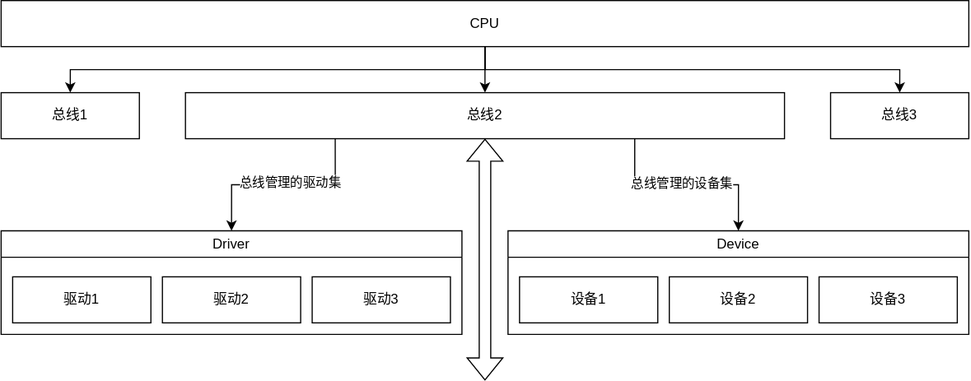
Before: Linux内核原理及其开发/Resources/V4L2设备模型概览.drawio.svg, a diagram exported from draw.io (h13-0/Notebooks). Source tidied: cells renumbered, new cells last; positions are measured from the earlier drawing's top-left corner, leaving out a move shared by most shapes.
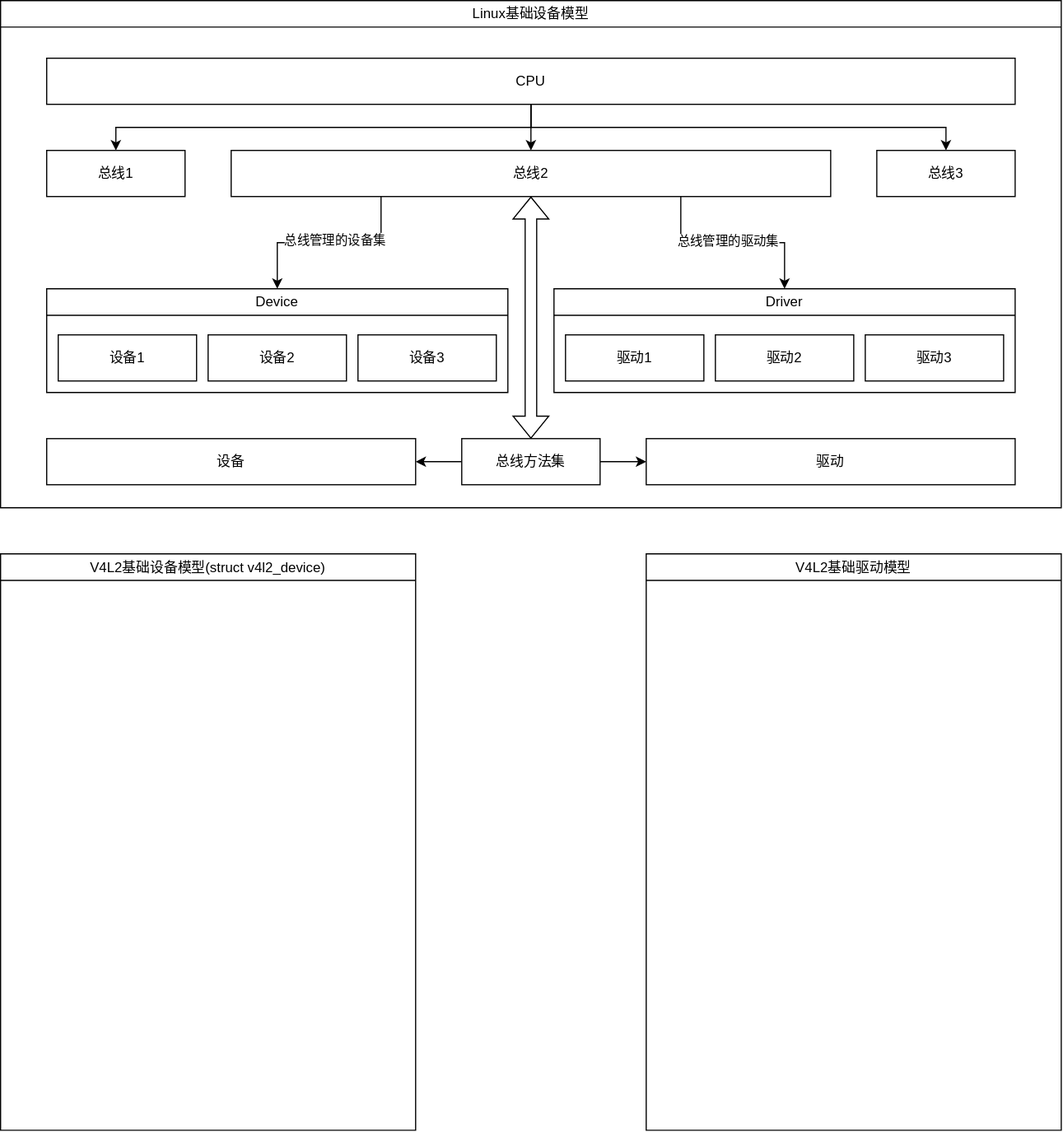
After the change.

Commit message:
vault backup: 2025-05-11 18:10:08

Change to the diagram source:
```diff
@@ -2,45 +2,83 @@
   <root>
     <mxCell id="0" />
     <mxCell id="1" parent="0" />
+    <mxCell id="22" value="&lt;span style=&quot;font-weight: normal;&quot;&gt;V4L2基础设备模型(&lt;/span&gt;&lt;span style=&quot;font-weight: 400;&quot;&gt;struct v4l2_device&lt;/span&gt;&lt;span style=&quot;font-weight: normal;&quot;&gt;)&lt;/span&gt;" style="swimlane;whiteSpace=wrap;html=1;" parent="1" vertex="1">
+      <mxGeometry x="-20" y="480" width="360" height="500" as="geometry" />
+    </mxCell>
+    <mxCell id="23" value="&lt;span style=&quot;font-weight: normal;&quot;&gt;V4L2基础驱动模型&lt;/span&gt;" style="swimlane;whiteSpace=wrap;html=1;" parent="1" vertex="1">
+      <mxGeometry x="540" y="480" width="360" height="500" as="geometry" />
+    </mxCell>
+    <mxCell id="24" value="&lt;span style=&quot;font-weight: normal;&quot;&gt;Linux基础设备模型&lt;/span&gt;" style="swimlane;whiteSpace=wrap;html=1;" parent="1" vertex="1">
+      <mxGeometry x="-20" width="920" height="440" as="geometry" />
+    </mxCell>
-    <mxCell id="2" style="edgeStyle=orthogonalEdgeStyle;rounded=0;jettySize=auto;html=1;exitX=0.5;exitY=1;exitDx=0;exitDy=0;entryX=0.5;entryY=0;entryDx=0;entryDy=0;" parent="1" edge="1" source="5" target="11">
+    <mxCell id="2" style="edgeStyle=orthogonalEdgeStyle;rounded=0;jettySize=auto;html=1;exitX=0.5;exitY=1;exitDx=0;exitDy=0;entryX=0.5;entryY=0;entryDx=0;entryDy=0;" parent="24" edge="1" source="5" target="11">
       <mxGeometry relative="1" as="geometry" />
     </mxCell>
-    <mxCell id="3" style="edgeStyle=orthogonalEdgeStyle;rounded=0;jettySize=auto;html=1;exitX=0.5;exitY=1;exitDx=0;exitDy=0;entryX=0.5;entryY=0;entryDx=0;entryDy=0;" parent="1" edge="1" source="5" target="6">
+    <mxCell id="3" style="edgeStyle=orthogonalEdgeStyle;rounded=0;jettySize=auto;html=1;exitX=0.5;exitY=1;exitDx=0;exitDy=0;entryX=0.5;entryY=0;entryDx=0;entryDy=0;" parent="24" edge="1" source="5" target="6">
       <mxGeometry relative="1" as="geometry" />
     </mxCell>
-    <mxCell id="4" style="edgeStyle=orthogonalEdgeStyle;rounded=0;jettySize=auto;html=1;exitX=0.5;exitY=1;exitDx=0;exitDy=0;entryX=0.5;entryY=0;entryDx=0;entryDy=0;" parent="1" edge="1" source="5" target="12">
+    <mxCell id="4" style="edgeStyle=orthogonalEdgeStyle;rounded=0;jettySize=auto;html=1;exitX=0.5;exitY=1;exitDx=0;exitDy=0;entryX=0.5;entryY=0;entryDx=0;entryDy=0;" parent="24" edge="1" source="5" target="12">
       <mxGeometry relative="1" as="geometry" />
     </mxCell>
-    <mxCell id="5" value="CPU" style="rounded=0;whiteSpace=wrap;html=1;" parent="1" vertex="1">
-      <mxGeometry x="0.1" width="840" height="40" as="geometry" />
+    <mxCell id="5" value="CPU" style="rounded=0;whiteSpace=wrap;html=1;" parent="24" vertex="1">
+      <mxGeometry x="40" y="50" width="840" height="40" as="geometry" />
     </mxCell>
-    <mxCell id="6" value="总线1" style="rounded=0;whiteSpace=wrap;html=1;" parent="1" vertex="1">
-      <mxGeometry x="0.1" y="80" width="120" height="40" as="geometry" />
+    <mxCell id="6" value="总线1" style="rounded=0;whiteSpace=wrap;html=1;" parent="24" vertex="1">
+      <mxGeometry x="40" y="130" width="120" height="40" as="geometry" />
     </mxCell>
+    <mxCell id="9" style="edgeStyle=orthogonalEdgeStyle;rounded=0;jettySize=auto;html=1;exitX=0.25;exitY=1;exitDx=0;exitDy=0;entryX=0.5;entryY=0;entryDx=0;entryDy=0;" parent="24" edge="1" source="11" target="17">
+      <mxGeometry relative="1" as="geometry" />
+    </mxCell>
+    <mxCell id="10" value="总线管理的设备集" style="edgeLabel;html=1;align=center;verticalAlign=middle;" parent="9" vertex="1">
+      <mxGeometry x="0.16" y="-2" relative="1" as="geometry">
+        <mxPoint x="19" as="offset" />
+      </mxGeometry>
+    </mxCell>
-    <mxCell id="7" style="edgeStyle=orthogonalEdgeStyle;rounded=0;jettySize=auto;html=1;exitX=0.25;exitY=1;exitDx=0;exitDy=0;entryX=0.5;entryY=0;entryDx=0;entryDy=0;" parent="1" edge="1" source="11" target="13">
+    <mxCell id="7" style="edgeStyle=orthogonalEdgeStyle;rounded=0;jettySize=auto;html=1;exitX=0.75;exitY=1;exitDx=0;exitDy=0;entryX=0.5;entryY=0;entryDx=0;entryDy=0;" parent="24" edge="1" source="11" target="13">
       <mxGeometry relative="1" as="geometry" />
     </mxCell>
     <mxCell id="8" value="总线管理的驱动集" style="edgeLabel;html=1;align=center;verticalAlign=middle;" parent="7" vertex="1">
-      <mxGeometry x="0.16" y="-2" relative="1" as="geometry">
-        <mxPoint x="19" as="offset" />
+      <mxGeometry x="-0.12" y="1" relative="1" as="geometry">
+        <mxPoint x="6" as="offset" />
       </mxGeometry>
     </mxCell>
-    <mxCell id="9" style="edgeStyle=orthogonalEdgeStyle;rounded=0;jettySize=auto;html=1;exitX=0.75;exitY=1;exitDx=0;exitDy=0;entryX=0.5;entryY=0;entryDx=0;entryDy=0;" parent="1" edge="1" source="11" target="17">
-      <mxGeometry relative="1" as="geometry" />
-    </mxCell>
-    <mxCell id="10" value="总线管理的设备集" style="edgeLabel;html=1;align=center;verticalAlign=middle;" parent="9" vertex="1">
-      <mxGeometry x="-0.12" y="1" relative="1" as="geometry">
-        <mxPoint x="6" as="offset" />
-      </mxGeometry>
-    </mxCell>
-    <mxCell id="11" value="总线2" style="rounded=0;whiteSpace=wrap;html=1;" parent="1" vertex="1">
-      <mxGeometry x="160.1" y="80" width="520" height="40" as="geometry" />
+    <mxCell id="11" value="总线2" style="rounded=0;whiteSpace=wrap;html=1;" parent="24" vertex="1">
+      <mxGeometry x="200" y="130" width="520" height="40" as="geometry" />
     </mxCell>
-    <mxCell id="12" value="总线3" style="rounded=0;whiteSpace=wrap;html=1;" parent="1" vertex="1">
-      <mxGeometry x="720" y="80" width="120" height="40" as="geometry" />
+    <mxCell id="12" value="总线3" style="rounded=0;whiteSpace=wrap;html=1;" parent="24" vertex="1">
+      <mxGeometry x="760" y="130" width="120" height="40" as="geometry" />
     </mxCell>
+    <mxCell id="25" style="shape=flexArrow;endArrow=classic;startArrow=classic;html=1;rounded=0;entryX=0.5;entryY=1;entryDx=0;entryDy=0;exitX=0.5;exitY=0;exitDx=0;exitDy=0;" parent="24" edge="1" target="11">
+      <mxGeometry relative="1" as="geometry">
+        <mxPoint x="460" y="380" as="sourcePoint" />
+      </mxGeometry>
+    </mxCell>
+    <mxCell id="26" value="设备" style="rounded=0;whiteSpace=wrap;html=1;" parent="24" vertex="1">
+      <mxGeometry x="40" y="380" width="320" height="40" as="geometry" />
+    </mxCell>
+    <mxCell id="27" style="edgeStyle=orthogonalEdgeStyle;rounded=0;jettySize=auto;html=1;" parent="24" edge="1" source="29" target="26">
+      <mxGeometry relative="1" as="geometry" />
+    </mxCell>
+    <mxCell id="28" style="edgeStyle=orthogonalEdgeStyle;rounded=0;jettySize=auto;html=1;" parent="24" edge="1" source="29" target="30">
+      <mxGeometry relative="1" as="geometry" />
+    </mxCell>
+    <mxCell id="29" value="总线方法集" style="rounded=0;whiteSpace=wrap;html=1;" parent="24" vertex="1">
+      <mxGeometry x="400" y="380" width="120" height="40" as="geometry" />
+    </mxCell>
+    <mxCell id="17" value="&lt;span style=&quot;font-weight: normal;&quot;&gt;Device&lt;/span&gt;" style="swimlane;whiteSpace=wrap;html=1;" parent="24" vertex="1">
+      <mxGeometry x="40" y="250" width="400" height="90" as="geometry" />
+    </mxCell>
+    <mxCell id="18" value="设备3" style="rounded=0;whiteSpace=wrap;html=1;" parent="17" vertex="1">
+      <mxGeometry x="270" y="40" width="120" height="40" as="geometry" />
+    </mxCell>
+    <mxCell id="19" value="设备2" style="rounded=0;whiteSpace=wrap;html=1;" parent="17" vertex="1">
+      <mxGeometry x="140" y="40" width="120" height="40" as="geometry" />
+    </mxCell>
+    <mxCell id="20" value="设备1" style="rounded=0;whiteSpace=wrap;html=1;" parent="17" vertex="1">
+      <mxGeometry x="10" y="40" width="120" height="40" as="geometry" />
+    </mxCell>
-    <mxCell id="13" value="&lt;span style=&quot;font-weight: normal;&quot;&gt;Driver&lt;/span&gt;" style="swimlane;whiteSpace=wrap;html=1;" parent="1" vertex="1">
-      <mxGeometry x="0.1" y="200" width="400" height="90" as="geometry" />
+    <mxCell id="13" value="&lt;span style=&quot;font-weight: normal;&quot;&gt;Driver&lt;/span&gt;" style="swimlane;whiteSpace=wrap;html=1;" parent="24" vertex="1">
+      <mxGeometry x="480" y="250" width="400" height="90" as="geometry" />
     </mxCell>
     <mxCell id="14" value="驱动3" style="rounded=0;whiteSpace=wrap;html=1;" parent="13" vertex="1">
       <mxGeometry x="270" y="40" width="120" height="40" as="geometry" />
@@ -51,22 +89,8 @@
     <mxCell id="16" value="驱动1" style="rounded=0;whiteSpace=wrap;html=1;" parent="13" vertex="1">
       <mxGeometry x="10" y="40" width="120" height="40" as="geometry" />
     </mxCell>
-    <mxCell id="17" value="&lt;span style=&quot;font-weight: normal;&quot;&gt;Device&lt;/span&gt;" style="swimlane;whiteSpace=wrap;html=1;" parent="1" vertex="1">
-      <mxGeometry x="440.1" y="200" width="400" height="90" as="geometry" />
-    </mxCell>
-    <mxCell id="18" value="设备3" style="rounded=0;whiteSpace=wrap;html=1;" parent="17" vertex="1">
-      <mxGeometry x="270" y="40" width="120" height="40" as="geometry" />
-    </mxCell>
-    <mxCell id="19" value="设备2" style="rounded=0;whiteSpace=wrap;html=1;" parent="17" vertex="1">
-      <mxGeometry x="140" y="40" width="120" height="40" as="geometry" />
-    </mxCell>
-    <mxCell id="20" value="设备1" style="rounded=0;whiteSpace=wrap;html=1;" parent="17" vertex="1">
-      <mxGeometry x="10" y="40" width="120" height="40" as="geometry" />
-    </mxCell>
-    <mxCell id="21" style="shape=flexArrow;endArrow=classic;startArrow=classic;html=1;rounded=0;entryX=0.5;entryY=1;entryDx=0;entryDy=0;exitX=0.5;exitY=0;exitDx=0;exitDy=0;" parent="1" edge="1" target="11">
-      <mxGeometry relative="1" as="geometry">
-        <mxPoint x="420.1" y="330" as="sourcePoint" />
-      </mxGeometry>
-    </mxCell>
+    <mxCell id="30" value="驱动" style="rounded=0;whiteSpace=wrap;html=1;" parent="24" vertex="1">
+      <mxGeometry x="560" y="380" width="320" height="40" as="geometry" />
+    </mxCell>
   </root>
 </mxGraphModel>
```
